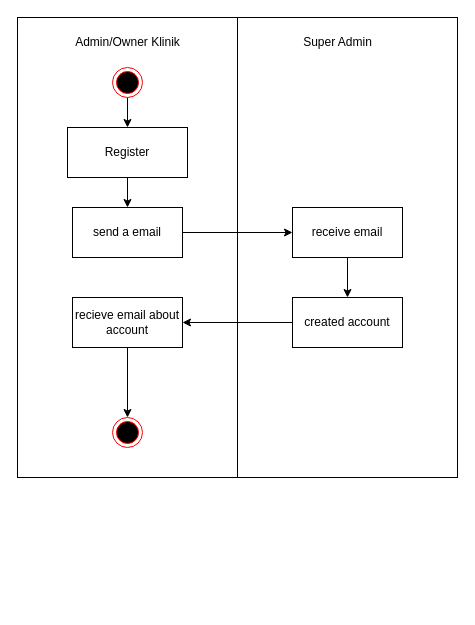
This is page "activity-register" (3 of 9) of klinik-use-case-diagram.drawio from rrahmatn/dfd_erd_uml, a draw.io file, before an edit. Source tidied: cells renumbered, new cells numbered last; positions are measured from the earlier drawing's top-left corner, leaving out a move shared by most shapes. Both pictures are drawn from the tidied source at 100%, with x=0, y=0 at pixel (17, 17).
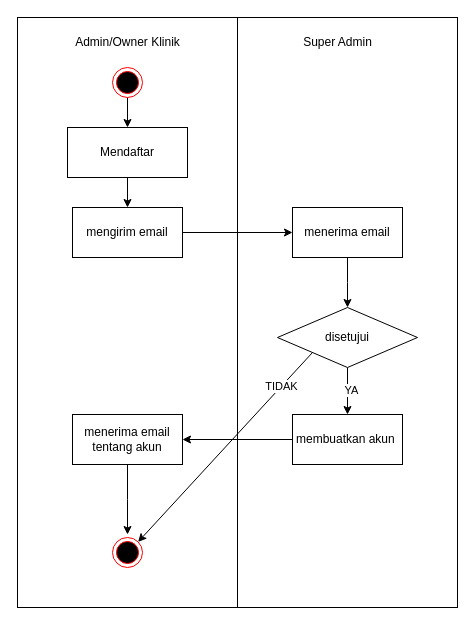
After the change.

What changed in the source:
```diff
@@
     <mxCell id="2" style="html=1;whiteSpace=wrap;" parent="1" vertex="1">
-      <mxGeometry width="220" height="460" as="geometry" />
+      <mxGeometry width="220" height="590" as="geometry" />
     </mxCell>
     <mxCell id="3" style="html=1;whiteSpace=wrap;" parent="1" vertex="1">
-      <mxGeometry x="220" width="220" height="460" as="geometry" />
+      <mxGeometry x="220" width="220" height="590" as="geometry" />
     </mxCell>
@@
-    <mxCell id="8" value="Register" style="html=1;whiteSpace=wrap;" parent="1" vertex="1">
+    <mxCell id="8" value="Mendaftar" style="html=1;whiteSpace=wrap;" parent="1" vertex="1">
       <mxGeometry x="50" y="110" width="120" height="50" as="geometry" />
     </mxCell>
@@
-    <mxCell id="10" value="send a email" style="html=1;whiteSpace=wrap;" parent="1" vertex="1">
+    <mxCell id="10" value="mengirim email" style="html=1;whiteSpace=wrap;" parent="1" vertex="1">
       <mxGeometry x="55" y="190" width="110" height="50" as="geometry" />
     </mxCell>
-    <mxCell id="11" style="edgeStyle=orthogonalEdgeStyle;rounded=0;jettySize=auto;html=1;entryX=0.5;entryY=0;entryDx=0;entryDy=0;" parent="1" edge="1" source="12" target="14">
-      <mxGeometry relative="1" as="geometry" />
-    </mxCell>
+    <mxCell id="19" style="edgeStyle=orthogonalEdgeStyle;rounded=0;jettySize=auto;html=1;entryX=0.5;entryY=0;entryDx=0;entryDy=0;" parent="1" edge="1" source="12">
+      <mxGeometry relative="1" as="geometry">
+        <mxPoint x="330" y="290" as="targetPoint" />
+      </mxGeometry>
+    </mxCell>
-    <mxCell id="12" value="receive email" style="html=1;whiteSpace=wrap;" parent="1" vertex="1">
+    <mxCell id="12" value="menerima email" style="html=1;whiteSpace=wrap;" parent="1" vertex="1">
       <mxGeometry x="275" y="190" width="110" height="50" as="geometry" />
     </mxCell>
@@
-    <mxCell id="14" value="created account" style="html=1;whiteSpace=wrap;" parent="1" vertex="1">
-      <mxGeometry x="275" y="280" width="110" height="50" as="geometry" />
+    <mxCell id="14" value="membuatkan akun&amp;nbsp;" style="html=1;whiteSpace=wrap;" parent="1" vertex="1">
+      <mxGeometry x="275" y="397" width="110" height="50" as="geometry" />
     </mxCell>
-    <mxCell id="15" style="edgeStyle=orthogonalEdgeStyle;rounded=0;jettySize=auto;html=1;exitX=0.5;exitY=1;exitDx=0;exitDy=0;entryX=0.5;entryY=0;entryDx=0;entryDy=0;" parent="1" edge="1" source="16" target="17">
-      <mxGeometry relative="1" as="geometry" />
+    <mxCell id="15" style="edgeStyle=orthogonalEdgeStyle;rounded=0;jettySize=auto;html=1;exitX=0.5;exitY=1;exitDx=0;exitDy=0;entryX=0.5;entryY=0;entryDx=0;entryDy=0;" parent="1" edge="1" source="16">
+      <mxGeometry relative="1" as="geometry">
+        <mxPoint x="110" y="517" as="targetPoint" />
+      </mxGeometry>
     </mxCell>
-    <mxCell id="16" value="recieve email about account" style="html=1;whiteSpace=wrap;" parent="1" vertex="1">
-      <mxGeometry x="55" y="280" width="110" height="50" as="geometry" />
+    <mxCell id="16" value="menerima email tentang akun" style="html=1;whiteSpace=wrap;" parent="1" vertex="1">
+      <mxGeometry x="55" y="397" width="110" height="50" as="geometry" />
     </mxCell>
     <mxCell id="17" style="ellipse;html=1;shape=endState;fillColor=#000000;strokeColor=#ff0000;" parent="1" vertex="1">
-      <mxGeometry x="95" y="400" width="30" height="30" as="geometry" />
+      <mxGeometry x="95" y="520" width="30" height="30" as="geometry" />
     </mxCell>
@@
+    <mxCell id="20" style="edgeStyle=orthogonalEdgeStyle;rounded=0;jettySize=auto;html=1;exitX=0.5;exitY=1;exitDx=0;exitDy=0;entryX=0.5;entryY=0;entryDx=0;entryDy=0;" parent="1" edge="1" source="24" target="14">
+      <mxGeometry relative="1" as="geometry" />
+    </mxCell>
+    <mxCell id="21" value="YA" style="edgeLabel;html=1;align=center;verticalAlign=middle;" parent="20" vertex="1">
+      <mxGeometry x="-0.06" y="3" relative="1" as="geometry" />
+    </mxCell>
+    <mxCell id="22" style="rounded=0;jettySize=auto;html=1;exitX=0;exitY=1;exitDx=0;exitDy=0;entryX=1;entryY=0;entryDx=0;entryDy=0;" parent="1" edge="1" source="24" target="17">
+      <mxGeometry relative="1" as="geometry" />
+    </mxCell>
+    <mxCell id="23" value="TIDAK" style="edgeLabel;html=1;align=center;verticalAlign=middle;" parent="22" vertex="1">
+      <mxGeometry x="-0.64" y="-1" relative="1" as="geometry" />
+    </mxCell>
+    <mxCell id="24" value="disetujui" style="rhombus;whiteSpace=wrap;html=1;" parent="1" vertex="1">
+      <mxGeometry x="260" y="290" width="140" height="60" as="geometry" />
+    </mxCell>
```
